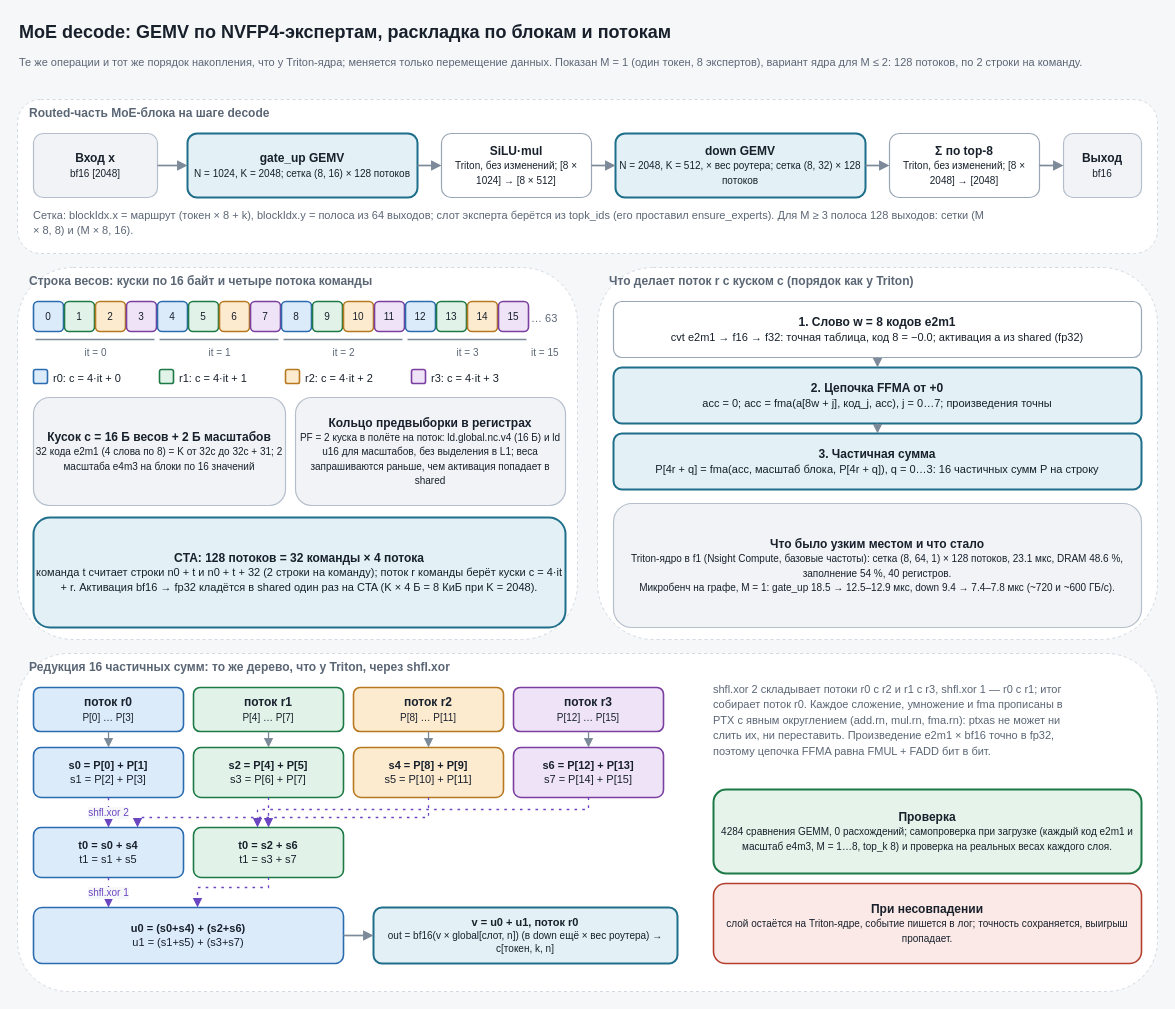
The draw.io diagram page 3 of 8 of docs/kernels-lowlevel.drawio in SUKUNA-AI/qwen36-moe-16gb, before the edit. Source tidied: cells renumbered, new cells numbered last; positions are measured from the earlier drawing's top-left corner, leaving out a move shared by most shapes. Both pictures are drawn from the tidied source at 100%, with x=0, y=0 at pixel (17, 17).
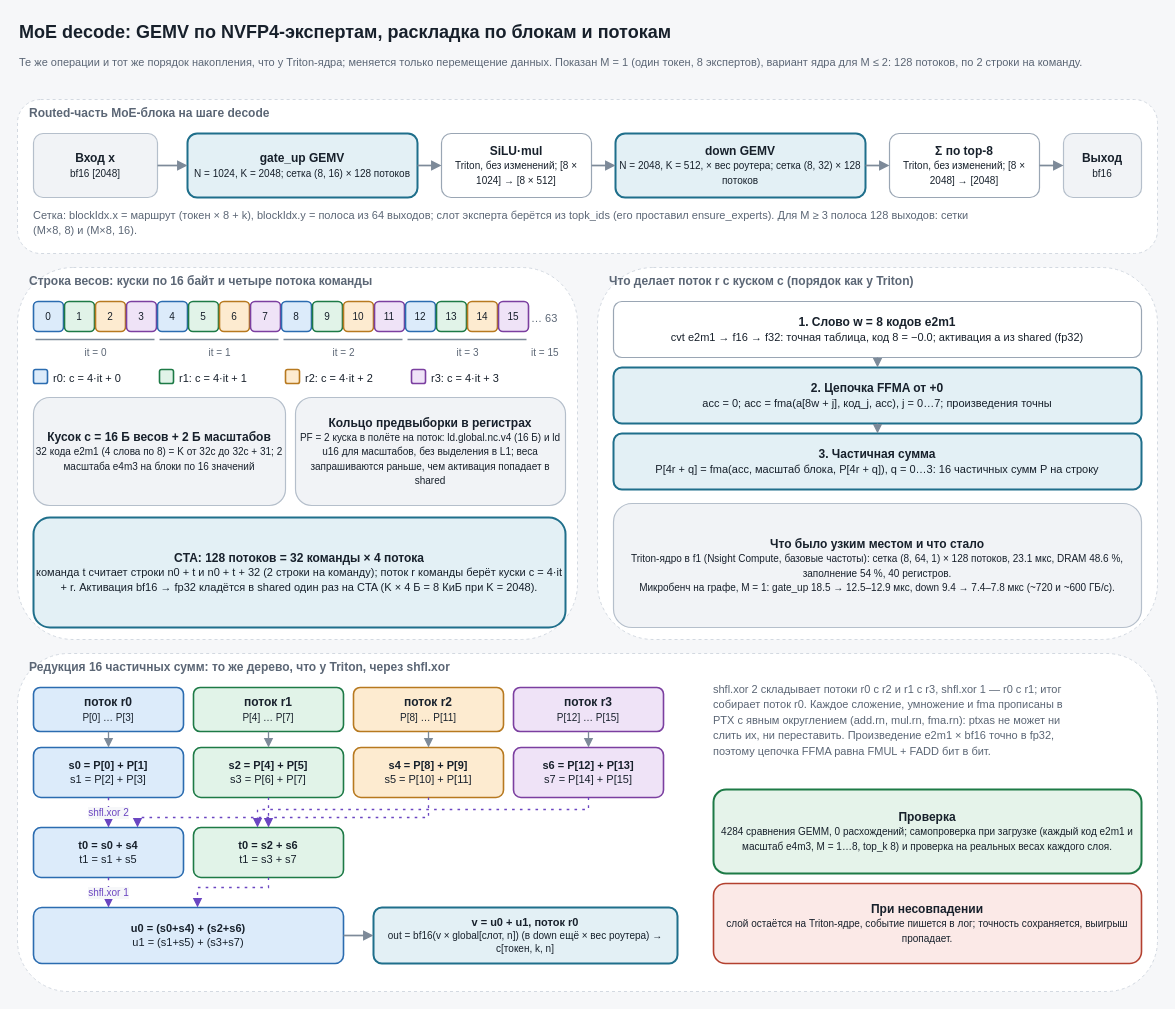
The same page after the edit.

Commit message (it also covers changes not shown here):
docs: low-level diagrams of the new decode kernels and transport

What changed in the source:
```diff
@@
-    <mxCell id="14" value="Сетка: blockIdx.x = маршрут (токен × 8 + k), blockIdx.y = полоса из 64 выходов; слот эксперта берётся из topk_ids (его проставил ensure_experts). Для M ≥ 3 полоса 128 выходов: сетки (M" style="text;fontSize=11;align=left;verticalAlign=middle;spacing=0;fontStyle=0;fontColor=#5b6675;html=1;" parent="1" vertex="1">
-      <mxGeometry x="16" y="188" width="1113" height="19.5" as="geometry" />
+    <mxCell id="14" value="Сетка: blockIdx.x = маршрут (токен × 8 + k), blockIdx.y = полоса из 64 выходов; слот эксперта берётся из topk_ids (его проставил ensure_experts). Для M ≥ 3 полоса 128 выходов: сетки" style="text;fontSize=11;align=left;verticalAlign=middle;spacing=0;fontStyle=0;fontColor=#5b6675;html=1;" parent="1" vertex="1">
+      <mxGeometry x="16" y="188" width="1095" height="19.5" as="geometry" />
     </mxCell>
-    <mxCell id="15" value="× 8, 8) и (M × 8, 16)." style="text;fontSize=11;align=left;verticalAlign=middle;spacing=0;fontStyle=0;fontColor=#5b6675;html=1;" parent="1" vertex="1">
-      <mxGeometry x="16" y="203.5" width="121" height="19.5" as="geometry" />
+    <mxCell id="15" value="(M×8, 8) и (M×8, 16)." style="text;fontSize=11;align=left;verticalAlign=middle;spacing=0;fontStyle=0;fontColor=#5b6675;html=1;" parent="1" vertex="1">
+      <mxGeometry x="16" y="203.5" width="125" height="19.5" as="geometry" />
     </mxCell>
```
